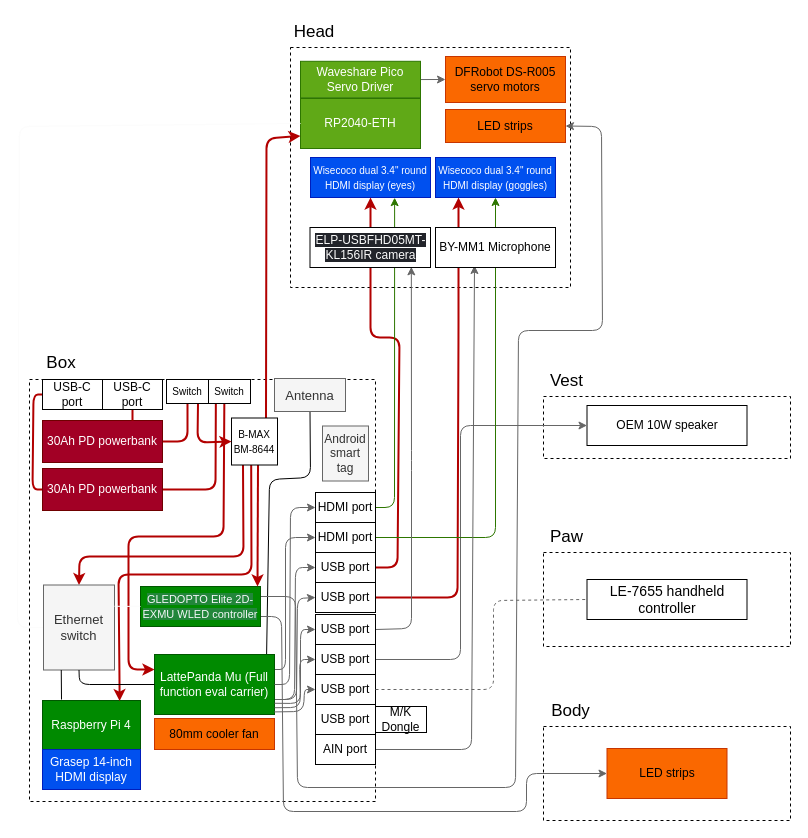
Above: Planning/Hardware.drawio in MekhyW/DYNAMO2-Electronic-Fursuit-3.0 (draw.io), before the change. Source tidied: cells renumbered, new cells numbered last; positions are measured from the earlier drawing's top-left corner, leaving out a move shared by most shapes. Both pictures are drawn from the tidied source at 100%, with x=0, y=0 at pixel (17, 17).
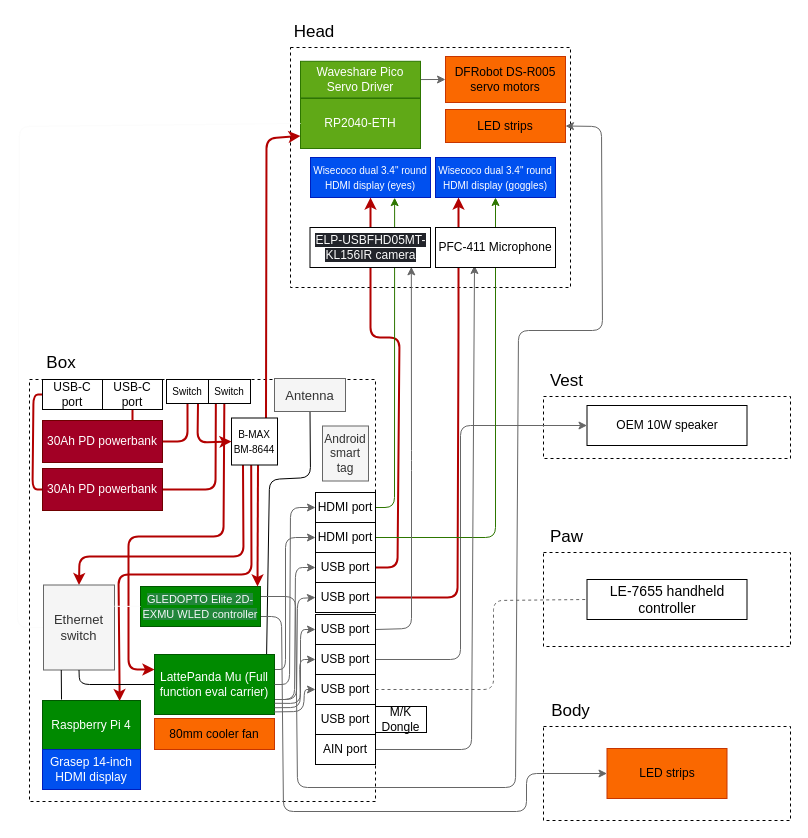
Above is the later version.

The edit, as a diff of the source:
```diff
@@
-    <mxCell id="32" value="BY-MM1 Microphone" style="rounded=0;whiteSpace=wrap;html=1;" parent="1" vertex="1">
+    <mxCell id="32" value="PFC-411 Microphone" style="rounded=0;whiteSpace=wrap;html=1;" parent="1" vertex="1">
       <mxGeometry x="418" y="210" width="120" height="40" as="geometry" />
     </mxCell>
```
